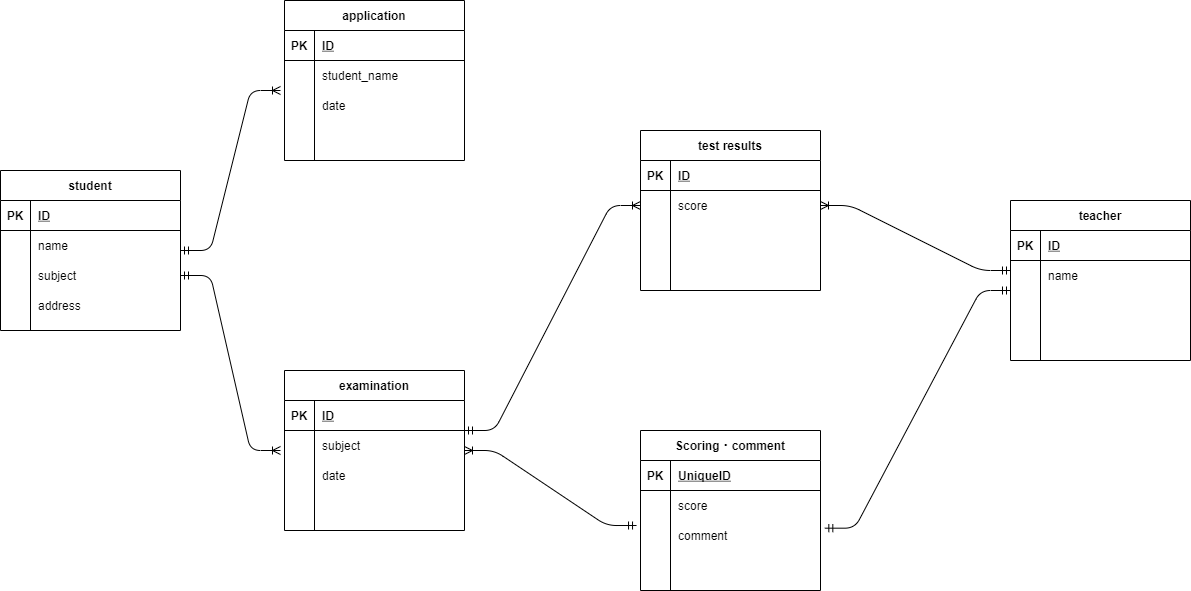
nishida-riyo/coachtech-DBER keeps this draw.io diagram as index.drawio.png. Above is the earlier version. Source tidied: cells renumbered, new cells last; positions are measured from the earlier drawing's top-left corner, leaving out a move shared by most shapes.
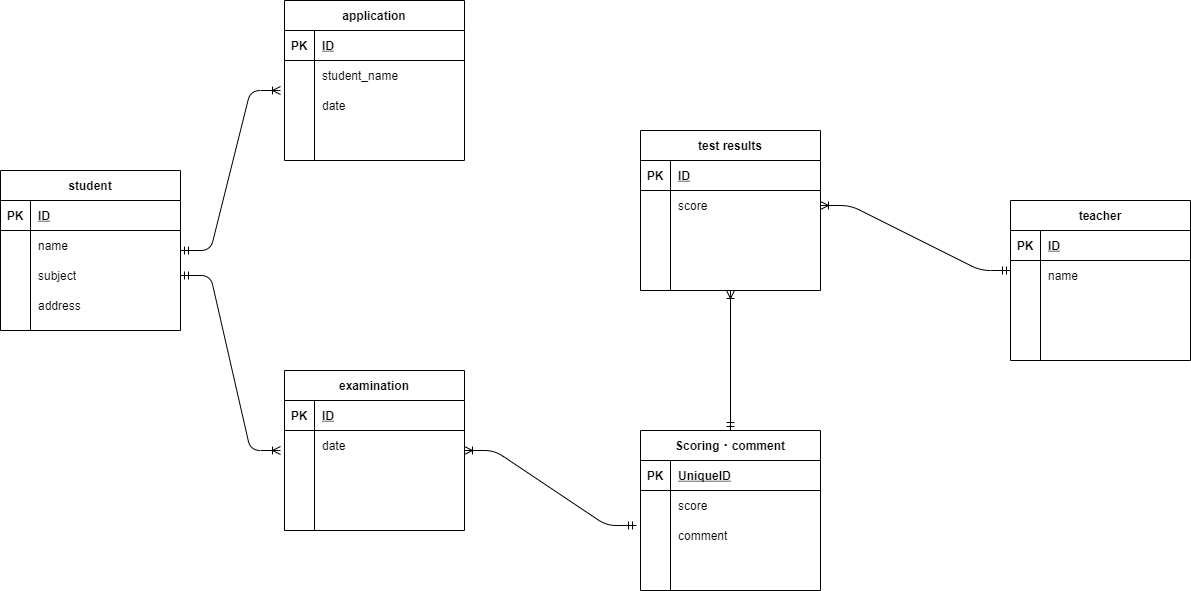
Later version of the same file.

Commit message:
演習課題修正

What changed in the source:
```diff
@@ -98,7 +98,7 @@
     <mxCell id="33" style="shape=partialRectangle;fillColor=none;top=0;left=0;bottom=0;right=0;overflow=hidden;" parent="32" vertex="1">
       <mxGeometry width="30" height="30" as="geometry" />
     </mxCell>
-    <mxCell id="34" value="subject" style="shape=partialRectangle;fillColor=none;top=0;left=0;bottom=0;right=0;align=left;spacingLeft=6;overflow=hidden;" parent="32" vertex="1">
+    <mxCell id="34" value="date" style="shape=partialRectangle;fillColor=none;top=0;left=0;bottom=0;right=0;align=left;spacingLeft=6;overflow=hidden;" parent="32" vertex="1">
       <mxGeometry x="30" width="150" height="30" as="geometry" />
     </mxCell>
     <mxCell id="35" style="shape=partialRectangle;fillColor=none;top=0;left=0;bottom=0;right=0;" parent="28" vertex="1">
@@ -107,7 +107,7 @@
     <mxCell id="36" style="shape=partialRectangle;fillColor=none;top=0;left=0;bottom=0;right=0;overflow=hidden;" parent="35" vertex="1">
       <mxGeometry width="30" height="30" as="geometry" />
     </mxCell>
-    <mxCell id="37" value="date" style="shape=partialRectangle;fillColor=none;top=0;left=0;bottom=0;right=0;align=left;spacingLeft=6;overflow=hidden;" parent="35" vertex="1">
+    <mxCell id="37" style="shape=partialRectangle;fillColor=none;top=0;left=0;bottom=0;right=0;align=left;spacingLeft=6;overflow=hidden;" parent="35" vertex="1">
       <mxGeometry x="30" width="150" height="30" as="geometry" />
     </mxCell>
     <mxCell id="38" style="shape=partialRectangle;fillColor=none;top=0;left=0;bottom=0;right=0;" parent="28" vertex="1">
@@ -247,11 +247,6 @@
     <mxCell id="81" style="shape=partialRectangle;fillColor=none;top=0;left=0;bottom=0;right=0;align=left;spacingLeft=6;overflow=hidden;" parent="79" vertex="1">
       <mxGeometry x="30" width="150" height="30" as="geometry" />
     </mxCell>
-    <mxCell id="82" style="edgeStyle=entityRelationEdgeStyle;fontSize=12;html=1;endArrow=ERmandOne;startArrow=ERmandOne;exitX=1.024;exitY=0.256;exitDx=0;exitDy=0;exitPerimeter=0;" parent="1" edge="1" source="76">
-      <mxGeometry relative="1" as="geometry">
-        <mxPoint x="1010" y="290" as="targetPoint" />
-      </mxGeometry>
-    </mxCell>
     <mxCell id="83" style="edgeStyle=entityRelationEdgeStyle;fontSize=12;html=1;endArrow=ERmandOne;startArrow=ERoneToMany;exitX=1;exitY=0.5;exitDx=0;exitDy=0;endFill=0;startFill=0;" parent="1" edge="1" source="60">
       <mxGeometry relative="1" as="geometry">
         <mxPoint x="1010" y="270" as="targetPoint" />
@@ -262,10 +257,10 @@
         <mxPoint x="464" y="450" as="sourcePoint" />
       </mxGeometry>
     </mxCell>
-    <mxCell id="85" style="edgeStyle=entityRelationEdgeStyle;fontSize=12;html=1;endArrow=ERoneToMany;startArrow=ERmandOne;entryX=0;entryY=0.5;entryDx=0;entryDy=0;endFill=0;" parent="1" edge="1" target="60">
-      <mxGeometry relative="1" as="geometry">
-        <mxPoint x="464" y="430" as="sourcePoint" />
-      </mxGeometry>
-    </mxCell>
+    <mxCell id="86" style="fontSize=12;html=1;endArrow=ERoneToMany;startArrow=ERmandOne;exitX=0.5;exitY=0;exitDx=0;exitDy=0;startFill=0;endFill=0;" parent="1" edge="1" source="69">
+      <mxGeometry relative="1" as="geometry">
+        <mxPoint x="730" y="290" as="targetPoint" />
+      </mxGeometry>
+    </mxCell>
   </root>
 </mxGraphModel>
```
